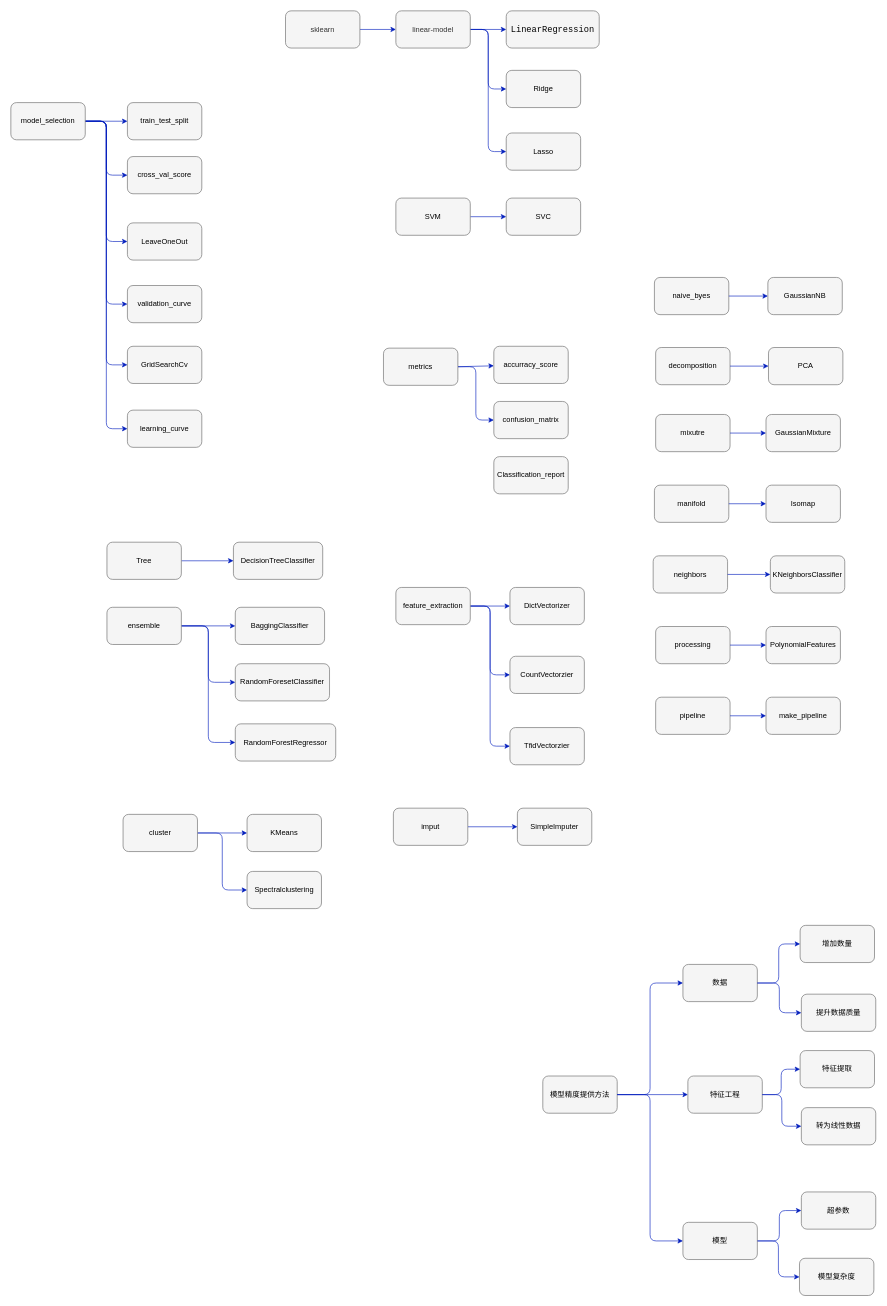
Earlier version of the draw.io diagram 流程图/sklearn教程.drawio (QHfirewater/data_science). Source tidied: cells renumbered, new cells numbered last; positions are measured from the earlier drawing's top-left corner, leaving out a move shared by most shapes. Both pictures are drawn from the tidied source at 62%, with x=0, y=0 at pixel (11, 11).
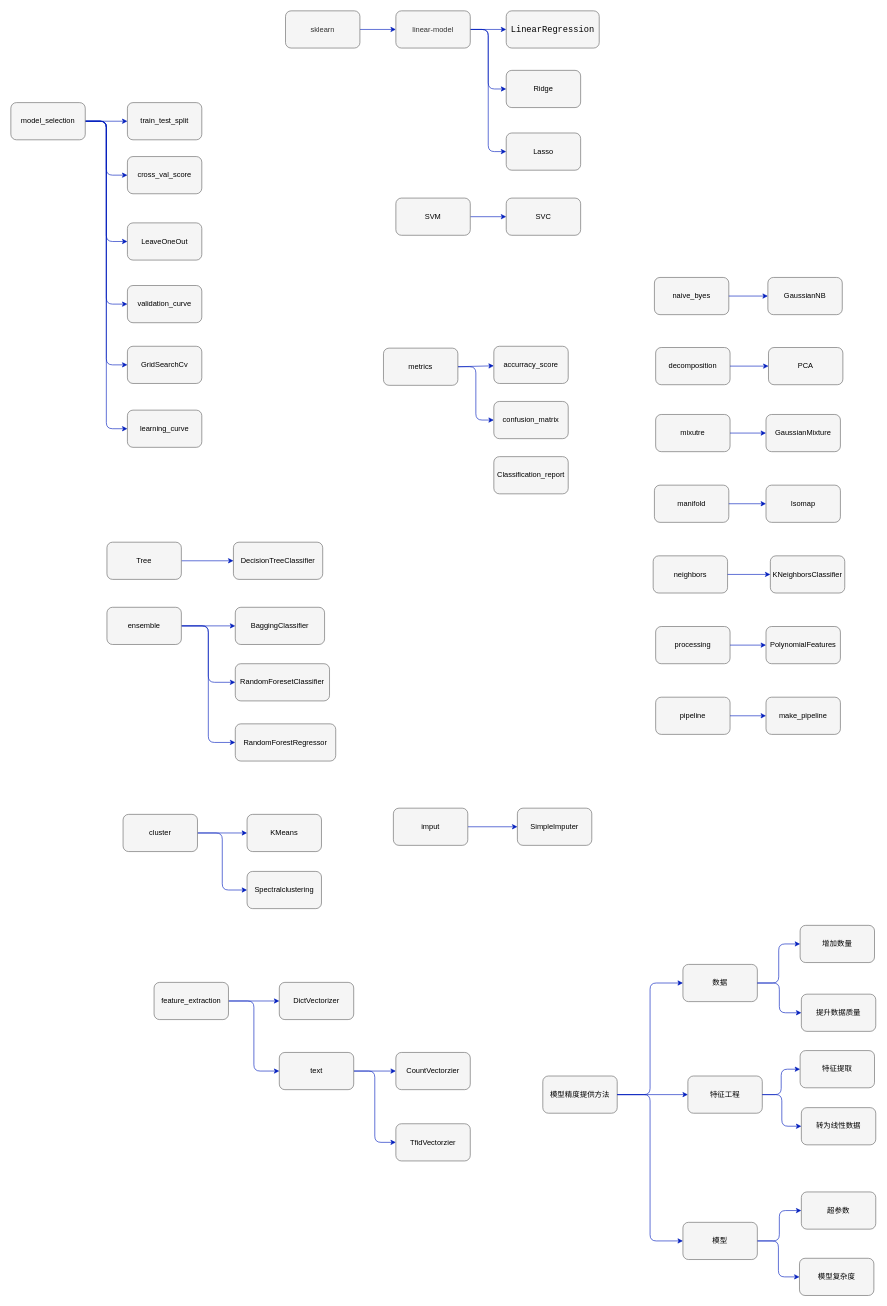
The same diagram, later.

The edit, as a diff of the source:
```diff
@@
-    <mxCell id="28" style="edgeStyle=orthogonalEdgeStyle;shape=connector;rounded=1;html=1;exitX=1;exitY=0.5;exitDx=0;exitDy=0;entryX=0;entryY=0.5;entryDx=0;entryDy=0;labelBackgroundColor=default;fontFamily=Helvetica;fontSize=12;fontColor=#000000;endArrow=classic;strokeColor=#001DBC;fillColor=#0050ef;" parent="1" edge="1" source="30" target="32">
-      <mxGeometry relative="1" as="geometry" />
-    </mxCell>
-    <mxCell id="29" style="edgeStyle=orthogonalEdgeStyle;shape=connector;rounded=1;html=1;exitX=1;exitY=0.5;exitDx=0;exitDy=0;entryX=0;entryY=0.5;entryDx=0;entryDy=0;labelBackgroundColor=default;fontFamily=Helvetica;fontSize=12;fontColor=#000000;endArrow=classic;strokeColor=#001DBC;fillColor=#0050ef;" parent="1" edge="1" source="30" target="33">
-      <mxGeometry relative="1" as="geometry" />
-    </mxCell>
+    <mxCell id="100" style="edgeStyle=orthogonalEdgeStyle;shape=connector;rounded=1;html=1;exitX=1;exitY=0.5;exitDx=0;exitDy=0;entryX=0;entryY=0.5;entryDx=0;entryDy=0;labelBackgroundColor=default;fontFamily=Helvetica;fontSize=12;fontColor=#000000;endArrow=classic;strokeColor=#001DBC;fillColor=#0050ef;" parent="1" edge="1" source="30" target="103">
+      <mxGeometry relative="1" as="geometry" />
+    </mxCell>
     <mxCell id="30" value="feature_extraction" style="rounded=1;whiteSpace=wrap;html=1;labelBackgroundColor=none;fontFamily=Helvetica;fontSize=12;fontColor=#000000;strokeColor=#666666;fillColor=#f5f5f5;" parent="1" vertex="1">
-      <mxGeometry x="621" y="930" width="120" height="60" as="geometry" />
+      <mxGeometry x="231" y="1567" width="120" height="60" as="geometry" />
     </mxCell>
     <mxCell id="31" value="DictVectorizer" style="rounded=1;whiteSpace=wrap;html=1;labelBackgroundColor=none;fontFamily=Helvetica;fontSize=12;fontColor=#000000;strokeColor=#666666;fillColor=#f5f5f5;" parent="1" vertex="1">
-      <mxGeometry x="805" y="930" width="120" height="60" as="geometry" />
+      <mxGeometry x="433" y="1567" width="120" height="60" as="geometry" />
     </mxCell>
     <mxCell id="32" value="CountVectorzier" style="rounded=1;whiteSpace=wrap;html=1;labelBackgroundColor=none;fontFamily=Helvetica;fontSize=12;fontColor=#000000;strokeColor=#666666;fillColor=#f5f5f5;" parent="1" vertex="1">
-      <mxGeometry x="805" y="1041" width="120" height="60" as="geometry" />
+      <mxGeometry x="621" y="1680" width="120" height="60" as="geometry" />
     </mxCell>
     <mxCell id="33" value="TfidVectorzier" style="rounded=1;whiteSpace=wrap;html=1;labelBackgroundColor=none;fontFamily=Helvetica;fontSize=12;fontColor=#000000;strokeColor=#666666;fillColor=#f5f5f5;" parent="1" vertex="1">
-      <mxGeometry x="805" y="1156" width="120" height="60" as="geometry" />
+      <mxGeometry x="621" y="1795" width="120" height="60" as="geometry" />
     </mxCell>
@@
+    <mxCell id="101" style="edgeStyle=orthogonalEdgeStyle;shape=connector;rounded=1;html=1;exitX=1;exitY=0.5;exitDx=0;exitDy=0;labelBackgroundColor=default;fontFamily=Helvetica;fontSize=12;fontColor=#000000;endArrow=classic;strokeColor=#001DBC;fillColor=#0050ef;" parent="1" edge="1" source="103" target="32">
+      <mxGeometry relative="1" as="geometry" />
+    </mxCell>
+    <mxCell id="102" style="edgeStyle=orthogonalEdgeStyle;shape=connector;rounded=1;html=1;exitX=1;exitY=0.5;exitDx=0;exitDy=0;entryX=0;entryY=0.5;entryDx=0;entryDy=0;labelBackgroundColor=default;fontFamily=Helvetica;fontSize=12;fontColor=#000000;endArrow=classic;strokeColor=#001DBC;fillColor=#0050ef;" parent="1" edge="1" source="103" target="33">
+      <mxGeometry relative="1" as="geometry" />
+    </mxCell>
+    <mxCell id="103" value="text" style="rounded=1;whiteSpace=wrap;html=1;labelBackgroundColor=none;fontFamily=Helvetica;fontSize=12;fontColor=#000000;strokeColor=#666666;fillColor=#f5f5f5;" parent="1" vertex="1">
+      <mxGeometry x="433" y="1680" width="120" height="60" as="geometry" />
+    </mxCell>
```
